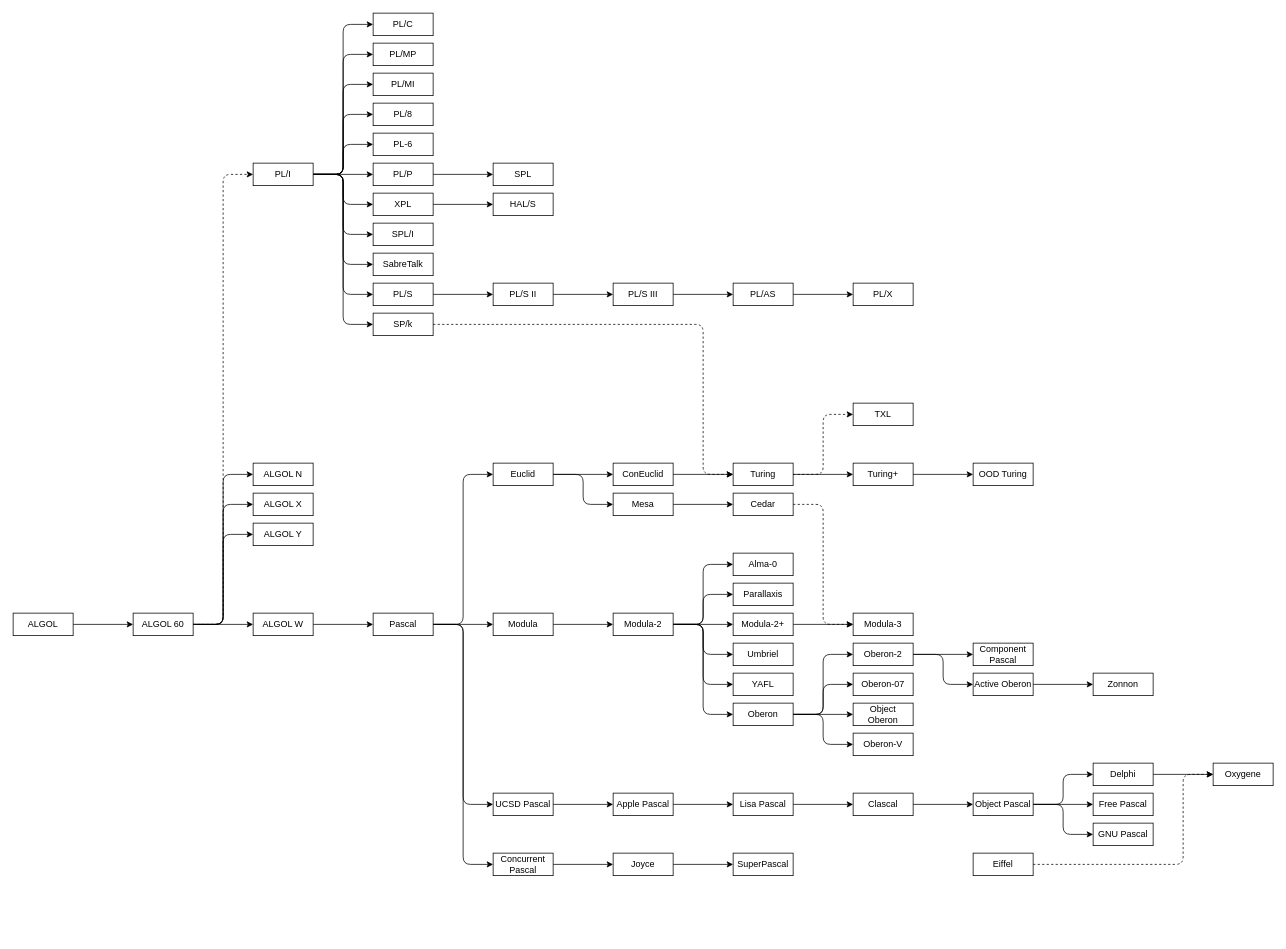
The draw.io diagram pltree.drawio in lexitoria/pltree, before the edit. Source tidied: cells renumbered, new cells numbered last; positions are measured from the earlier drawing's top-left corner, leaving out a move shared by most shapes. Both pictures are drawn from the tidied source at 75%, with x=0, y=0 at pixel (13, 13).
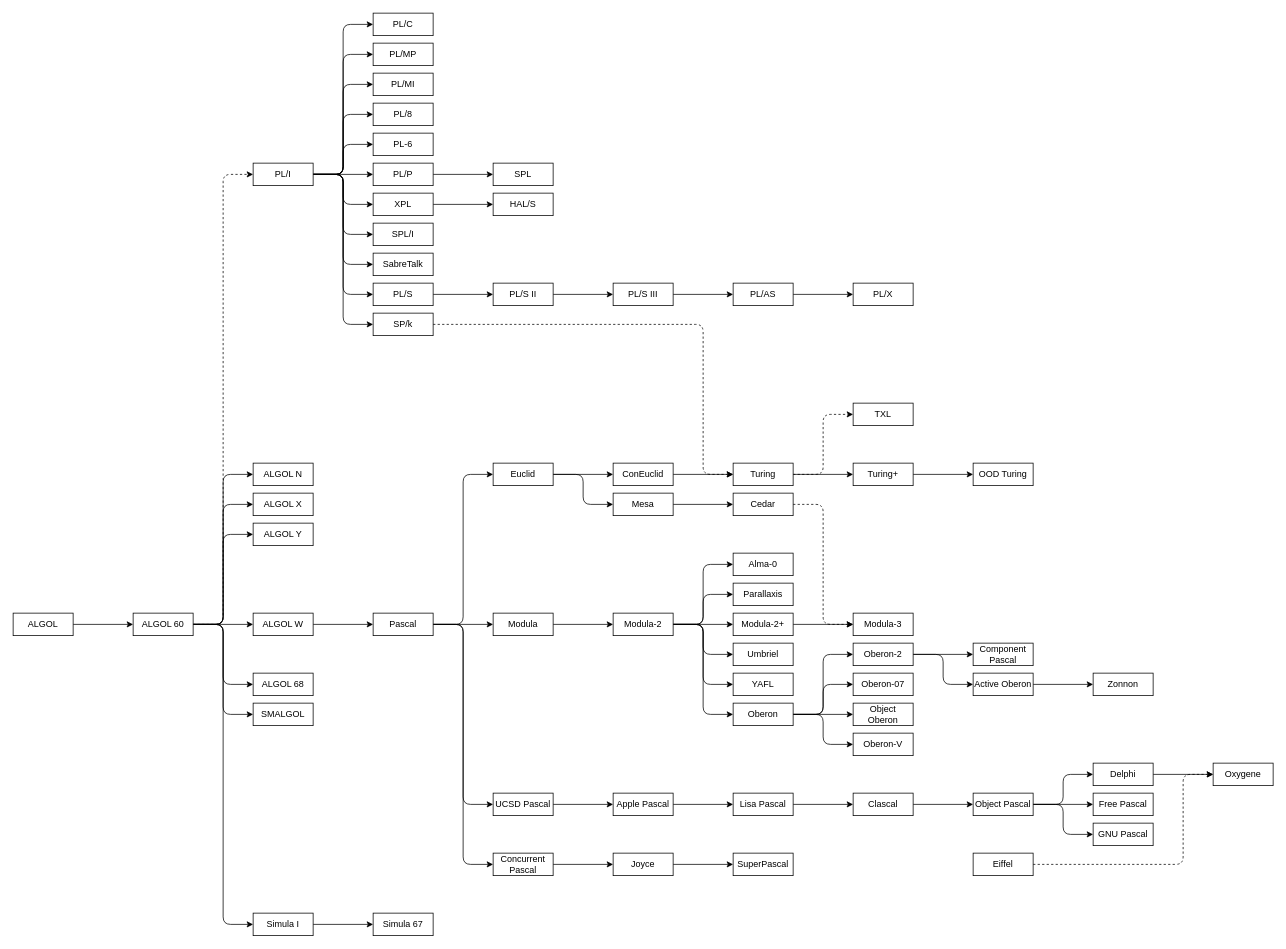
After the change.

Commit message:
Extend ALGOL family

The change refers to these unchanged cells:
```xml
<mxCell id="9" value="ALGOL 60" style="rounded=0;whiteSpace=wrap;html=1;labelBackgroundColor=none;" parent="1" vertex="1">
  <mxGeometry x="160" y="800" width="80" height="30" as="geometry" />
</mxCell>
```

The edit, as a diff of the source:
```diff
@@
+    <mxCell id="127" style="edgeStyle=orthogonalEdgeStyle;jettySize=auto;html=1;exitX=1;exitY=0.5;exitDx=0;exitDy=0;entryX=0;entryY=0.5;entryDx=0;entryDy=0;fontFamily=Helvetica;fontSize=12;fontColor=default;" parent="1" edge="1" source="9" target="132">
+      <mxGeometry relative="1" as="geometry" />
+    </mxCell>
+    <mxCell id="128" style="edgeStyle=orthogonalEdgeStyle;jettySize=auto;html=1;exitX=1;exitY=0.5;exitDx=0;exitDy=0;entryX=0;entryY=0.5;entryDx=0;entryDy=0;fontFamily=Helvetica;fontSize=12;fontColor=default;" parent="1" edge="1" source="9" target="130">
+      <mxGeometry relative="1" as="geometry" />
+    </mxCell>
+    <mxCell id="129" style="edgeStyle=orthogonalEdgeStyle;jettySize=auto;html=1;exitX=1;exitY=0.5;exitDx=0;exitDy=0;entryX=0;entryY=0.5;entryDx=0;entryDy=0;fontFamily=Helvetica;fontSize=12;fontColor=default;" parent="1" edge="1" source="9" target="134">
+      <mxGeometry relative="1" as="geometry" />
+    </mxCell>
@@
+    <mxCell id="130" value="ALGOL 68" style="rounded=0;whiteSpace=wrap;html=1;" parent="1" vertex="1">
+      <mxGeometry x="320" y="880" width="80" height="30" as="geometry" />
+    </mxCell>
+    <mxCell id="131" style="edgeStyle=orthogonalEdgeStyle;jettySize=auto;html=1;exitX=1;exitY=0.5;exitDx=0;exitDy=0;entryX=0;entryY=0.5;entryDx=0;entryDy=0;fontFamily=Helvetica;fontSize=12;fontColor=default;" parent="1" edge="1" source="132" target="133">
+      <mxGeometry relative="1" as="geometry" />
+    </mxCell>
+    <mxCell id="132" value="Simula I" style="rounded=0;whiteSpace=wrap;html=1;" parent="1" vertex="1">
+      <mxGeometry x="320" y="1200" width="80" height="30" as="geometry" />
+    </mxCell>
+    <mxCell id="133" value="Simula 67" style="rounded=0;whiteSpace=wrap;html=1;" parent="1" vertex="1">
+      <mxGeometry x="480" y="1200" width="80" height="30" as="geometry" />
+    </mxCell>
+    <mxCell id="134" value="SMALGOL" style="rounded=0;whiteSpace=wrap;html=1;" parent="1" vertex="1">
+      <mxGeometry x="320" y="920" width="80" height="30" as="geometry" />
+    </mxCell>
```
